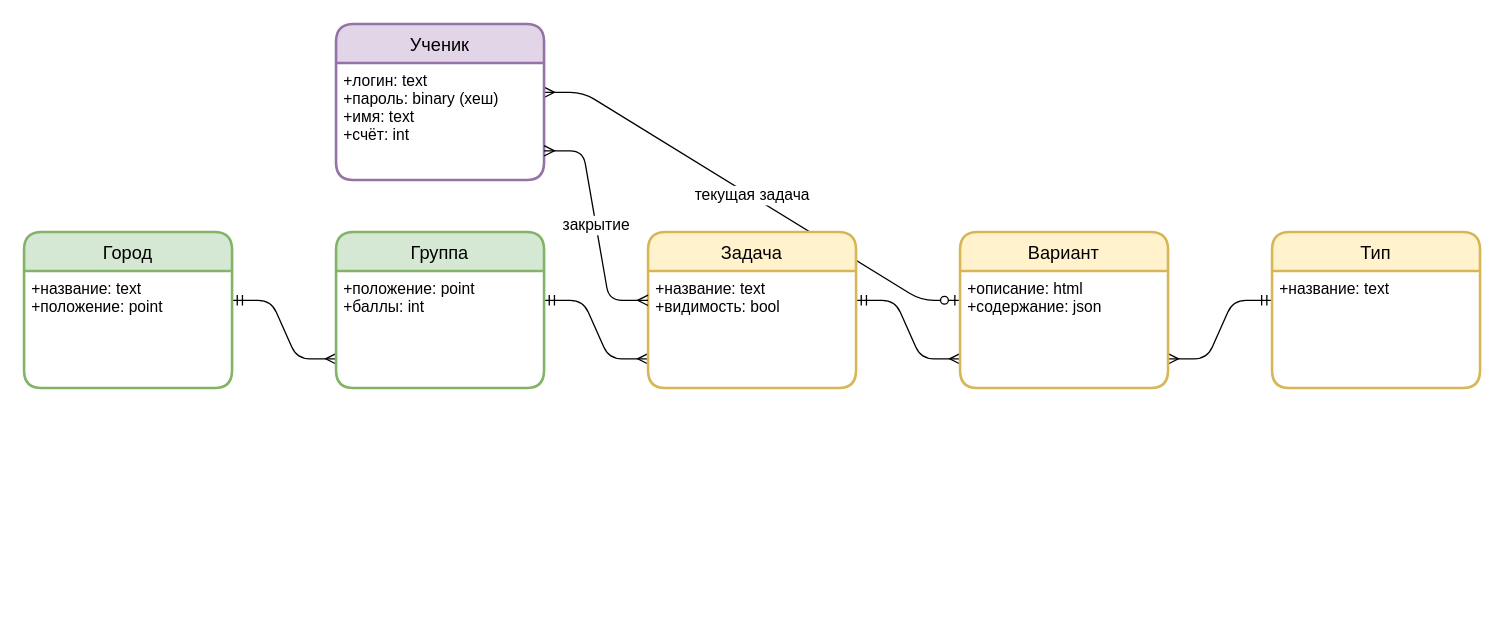
This is page "Страница 1" (1 of 2) of devdoc/database.drawio from kvantland/kvantland, a draw.io file, before an edit. Source tidied: cells renumbered, new cells numbered last; positions are measured from the earlier drawing's top-left corner, leaving out a move shared by most shapes. Both pictures are drawn from the tidied source at 130%, with x=0, y=0 at pixel (23, 23).
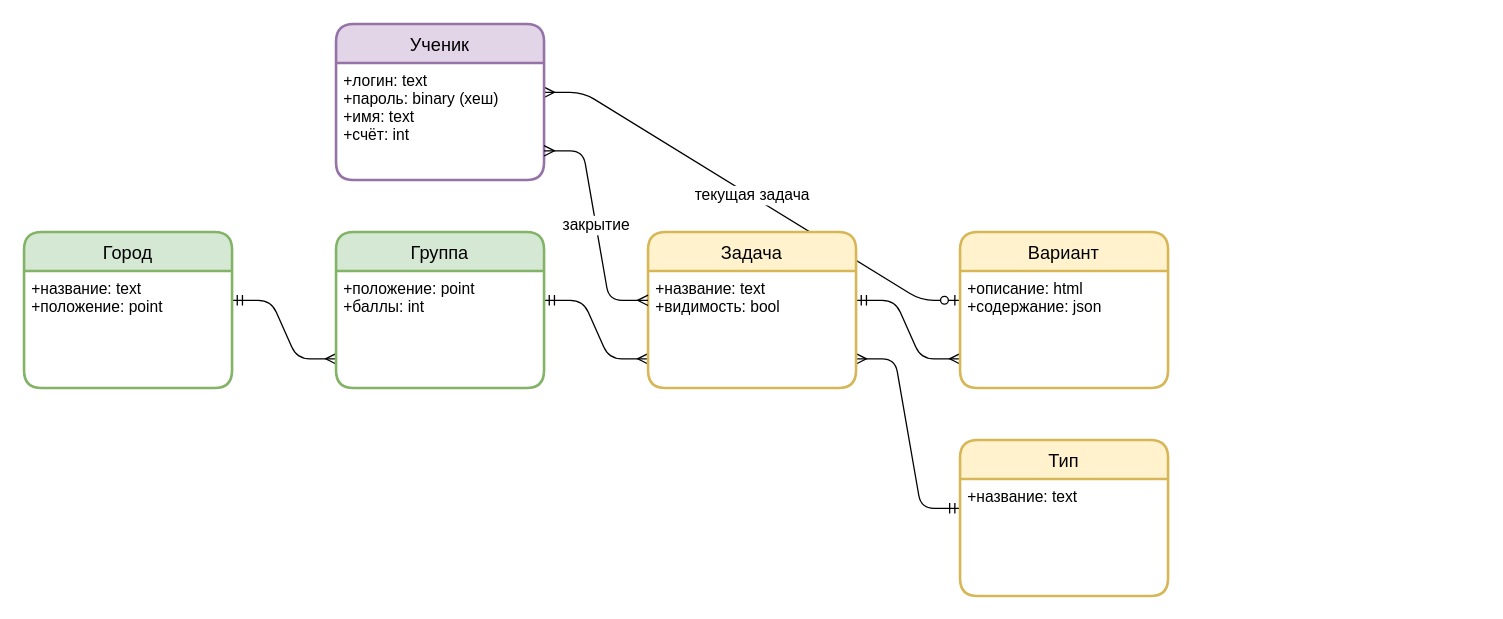
After the change.

Commit message:
Присвоение типа задаче, а не варианту

What changed in the source:
```diff
@@
 <mxGraphModel>
   <root>
     <mxCell id="0" />
     <mxCell id="1" parent="0" />
     <mxCell id="2" value="текущая задача" style="edgeStyle=entityRelationEdgeStyle;fontSize=12;html=1;endArrow=ERmany;startArrow=ERzeroToOne;rounded=1;entryX=1;entryY=0.25;entryDx=0;entryDy=0;exitX=0;exitY=0.25;exitDx=0;exitDy=0;endFill=0;" parent="1" edge="1" source="14" target="18">
       <mxGeometry relative="1" as="geometry" />
     </mxCell>
     <mxCell id="3" style="edgeStyle=entityRelationEdgeStyle;fontSize=12;html=1;endArrow=ERmany;startArrow=ERmandOne;rounded=1;exitX=1;exitY=0.25;exitDx=0;exitDy=0;entryX=0;entryY=0.75;entryDx=0;entryDy=0;endFill=0;" parent="1" edge="1" source="12" target="14">
       <mxGeometry x="-0.07" y="-13" relative="1" as="geometry" />
     </mxCell>
-    <mxCell id="4" style="edgeStyle=entityRelationEdgeStyle;fontSize=12;html=1;endArrow=ERmany;startArrow=ERmandOne;rounded=1;exitX=0;exitY=0.25;exitDx=0;exitDy=0;entryX=1;entryY=0.75;entryDx=0;entryDy=0;endFill=0;" parent="1" edge="1" source="16" target="14">
+    <mxCell id="4" style="edgeStyle=entityRelationEdgeStyle;fontSize=12;html=1;endArrow=ERmany;startArrow=ERmandOne;rounded=1;exitX=0;exitY=0.25;exitDx=0;exitDy=0;entryX=1;entryY=0.75;entryDx=0;entryDy=0;endFill=0;" parent="1" edge="1" source="16" target="12">
       <mxGeometry relative="1" as="geometry" />
     </mxCell>
     <mxCell id="5" style="edgeStyle=entityRelationEdgeStyle;fontSize=12;html=1;endArrow=ERmany;startArrow=ERmandOne;rounded=1;exitX=1;exitY=0.25;exitDx=0;exitDy=0;entryX=0;entryY=0.75;entryDx=0;entryDy=0;endFill=0;" parent="1" edge="1" source="8" target="10">
       <mxGeometry x="-0.07" y="-13" relative="1" as="geometry" />
     </mxCell>
     <mxCell id="6" style="edgeStyle=entityRelationEdgeStyle;fontSize=12;html=1;endArrow=ERmany;startArrow=ERmandOne;rounded=1;exitX=1;exitY=0.25;exitDx=0;exitDy=0;entryX=0;entryY=0.75;entryDx=0;entryDy=0;endFill=0;" parent="1" edge="1" source="10" target="12">
       <mxGeometry x="-0.07" y="-13" relative="1" as="geometry" />
     </mxCell>
     <mxCell id="7" value="Город" style="swimlane;horizontal=1;startSize=30;rounded=1;fontSize=14;fontStyle=0;strokeWidth=2;shadow=0;dashed=0;align=center;fillColor=#d5e8d4;strokeColor=#82b366;" parent="1" vertex="1">
       <mxGeometry y="160" width="160" height="120" as="geometry" />
     </mxCell>
     <mxCell id="8" value="+название: text&#10;+положение: point" style="align=left;strokeColor=none;fillColor=none;spacingLeft=4;fontSize=12;verticalAlign=top;" parent="7" vertex="1">
       <mxGeometry y="30" width="160" height="90" as="geometry" />
     </mxCell>
     <mxCell id="9" value="Группа" style="swimlane;horizontal=1;startSize=30;rounded=1;fontSize=14;fontStyle=0;strokeWidth=2;shadow=0;dashed=0;align=center;fillColor=#d5e8d4;strokeColor=#82b366;" parent="1" vertex="1">
       <mxGeometry x="240" y="160" width="160" height="120" as="geometry" />
     </mxCell>
     <mxCell id="10" value="+положение: point&#10;+баллы: int" style="align=left;strokeColor=none;fillColor=none;spacingLeft=4;fontSize=12;verticalAlign=top;" parent="9" vertex="1">
       <mxGeometry y="30" width="160" height="90" as="geometry" />
     </mxCell>
     <mxCell id="11" value="Задача" style="swimlane;horizontal=1;startSize=30;rounded=1;fontSize=14;fontStyle=0;strokeWidth=2;shadow=0;dashed=0;align=center;fillColor=#fff2cc;strokeColor=#d6b656;" parent="1" vertex="1">
       <mxGeometry x="480" y="160" width="160" height="120" as="geometry" />
     </mxCell>
     <mxCell id="12" value="+название: text&#10;+видимость: bool" style="align=left;strokeColor=none;fillColor=none;spacingLeft=4;fontSize=12;verticalAlign=top;" parent="11" vertex="1">
       <mxGeometry y="30" width="160" height="90" as="geometry" />
     </mxCell>
     <mxCell id="13" value="Вариант" style="swimlane;horizontal=1;startSize=30;rounded=1;fontSize=14;fontStyle=0;strokeWidth=2;shadow=0;dashed=0;align=center;fillColor=#fff2cc;strokeColor=#d6b656;" parent="1" vertex="1">
       <mxGeometry x="720" y="160" width="160" height="120" as="geometry" />
     </mxCell>
     <mxCell id="14" value="+описание: html&#10;+содержание: json" style="align=left;strokeColor=none;fillColor=none;spacingLeft=4;fontSize=12;verticalAlign=top;" parent="13" vertex="1">
       <mxGeometry y="30" width="160" height="90" as="geometry" />
     </mxCell>
     <mxCell id="15" value="Тип" style="swimlane;horizontal=1;startSize=30;rounded=1;fontSize=14;fontStyle=0;strokeWidth=2;shadow=0;dashed=0;align=center;fillColor=#fff2cc;strokeColor=#d6b656;" parent="1" vertex="1">
-      <mxGeometry x="960" y="160" width="160" height="120" as="geometry" />
+      <mxGeometry x="720" y="320" width="160" height="120" as="geometry" />
     </mxCell>
     <mxCell id="16" value="+название: text" style="align=left;strokeColor=none;fillColor=none;spacingLeft=4;fontSize=12;verticalAlign=top;" parent="15" vertex="1">
       <mxGeometry y="30" width="160" height="90" as="geometry" />
     </mxCell>
     <mxCell id="17" value="Ученик" style="swimlane;horizontal=1;startSize=30;rounded=1;fontSize=14;fontStyle=0;strokeWidth=2;shadow=0;dashed=0;align=center;fillColor=#e1d5e7;strokeColor=#9673a6;" parent="1" vertex="1">
       <mxGeometry x="240" width="160" height="120" as="geometry" />
     </mxCell>
     <mxCell id="18" value="+логин: text&#10;+пароль: binary (хеш)&#10;+имя: text&#10;+счёт: int" style="align=left;strokeColor=none;fillColor=none;spacingLeft=4;fontSize=12;verticalAlign=top;" parent="17" vertex="1">
       <mxGeometry y="30" width="160" height="90" as="geometry" />
     </mxCell>
     <mxCell id="19" value="закрытие" style="edgeStyle=entityRelationEdgeStyle;fontSize=12;html=1;endArrow=ERmany;startArrow=ERmany;rounded=1;entryX=0;entryY=0.25;entryDx=0;entryDy=0;exitX=1;exitY=0.75;exitDx=0;exitDy=0;" parent="1" edge="1" source="18" target="12">
       <mxGeometry relative="1" as="geometry" />
     </mxCell>
   </root>
 </mxGraphModel>
```
